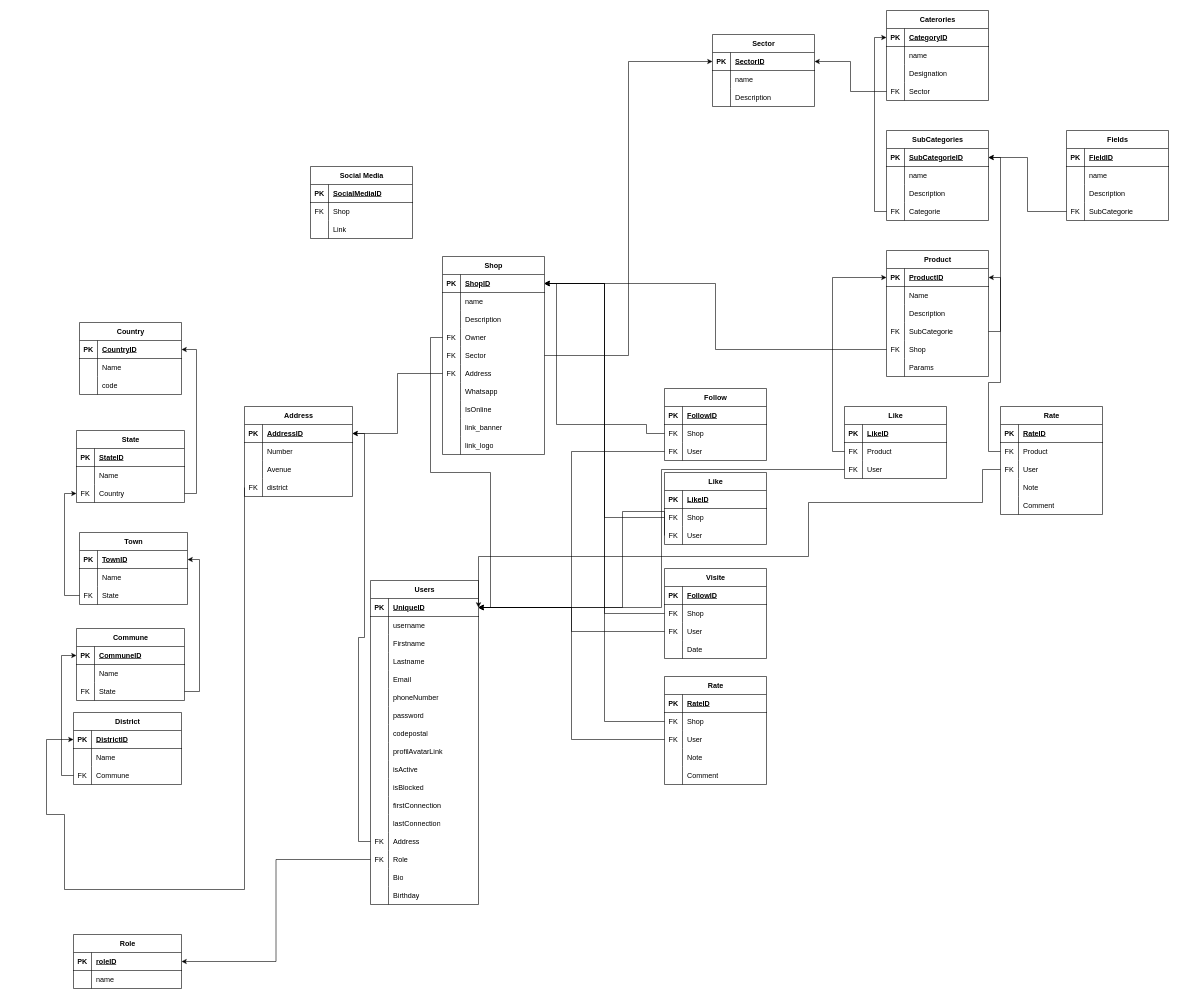
Earlier version of the draw.io diagram Tekango.drawio (internalTekango/3.0.tekango.template). Source tidied: cells renumbered, new cells numbered last; positions are measured from the earlier drawing's top-left corner, leaving out a move shared by most shapes. Both pictures are drawn from the tidied source at 60%, with x=0, y=0 at pixel (46, 10).
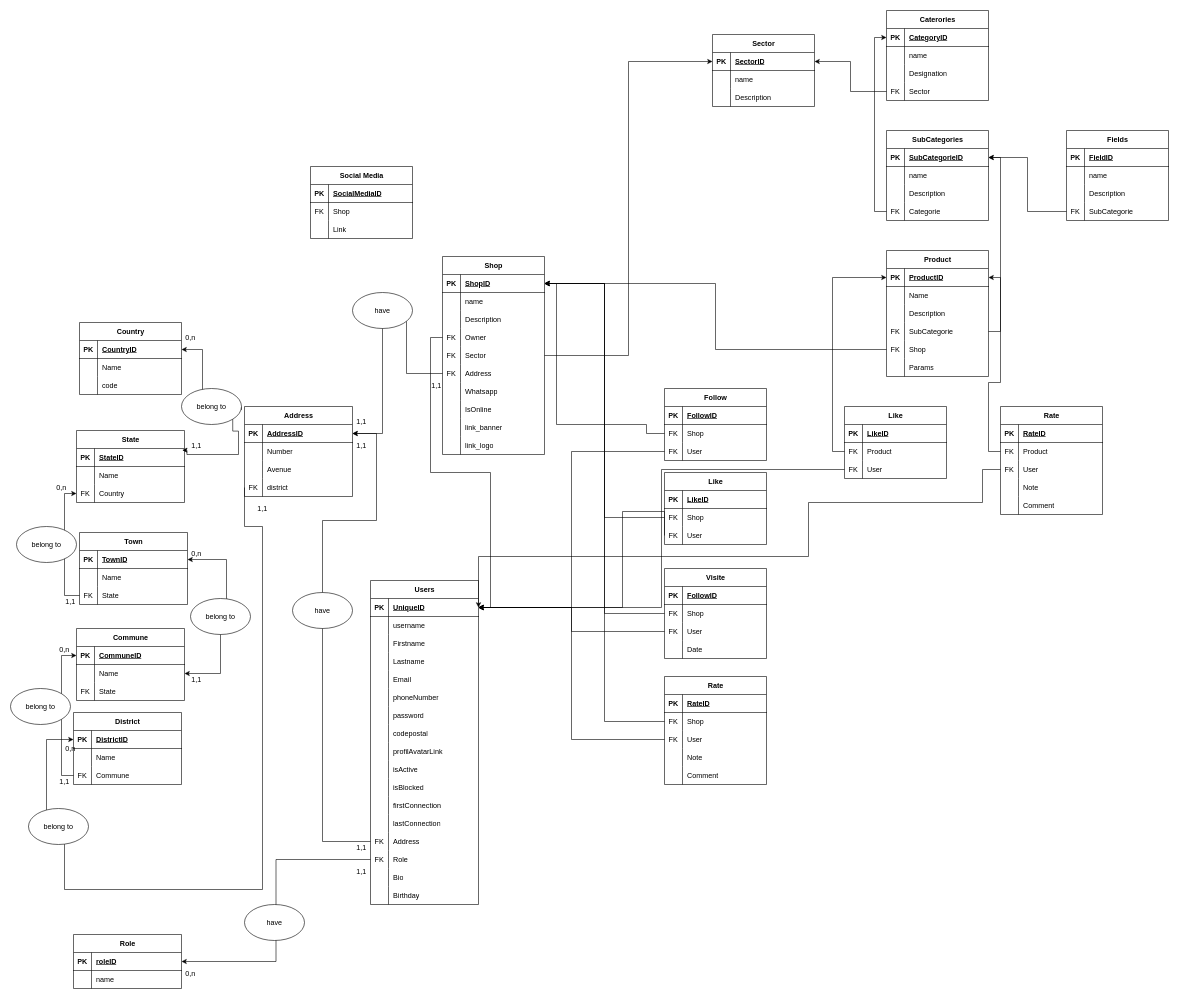
After the change.

Commit message (it also covers changes not shown here):
Mettre à jour Tekango.drawio

The change refers to these unchanged cells:
```xml
<mxCell id="42" style="shape=tableRow;horizontal=0;startSize=0;swimlaneHead=0;swimlaneBody=0;fillColor=none;points=[[0,0.5],[1,0.5]];portConstraint=eastwest;top=0;left=0;right=0;bottom=0;" parent="2" vertex="1">
  <mxGeometry y="420" width="180" height="30" as="geometry" />
</mxCell>
<mxCell id="55" style="shape=tableRow;horizontal=0;startSize=0;swimlaneHead=0;swimlaneBody=0;fillColor=none;points=[[0,0.5],[1,0.5]];portConstraint=eastwest;top=0;left=0;right=0;bottom=1;" parent="54" vertex="1">
  <mxGeometry y="30" width="180" height="30" as="geometry" />
</mxCell>
<mxCell id="65" style="shape=tableRow;horizontal=0;startSize=0;swimlaneHead=0;swimlaneBody=0;fillColor=none;points=[[0,0.5],[1,0.5]];portConstraint=eastwest;top=0;left=0;right=0;bottom=1;" parent="64" vertex="1">
  <mxGeometry y="30" width="180" height="30" as="geometry" />
</mxCell>
<mxCell id="71" style="shape=tableRow;horizontal=0;startSize=0;swimlaneHead=0;swimlaneBody=0;fillColor=none;points=[[0,0.5],[1,0.5]];portConstraint=eastwest;top=0;left=0;right=0;bottom=0;" parent="64" vertex="1">
  <mxGeometry y="90" width="180" height="30" as="geometry" />
</mxCell>
<mxCell id="75" style="shape=tableRow;horizontal=0;startSize=0;swimlaneHead=0;swimlaneBody=0;fillColor=none;points=[[0,0.5],[1,0.5]];portConstraint=eastwest;top=0;left=0;right=0;bottom=1;" parent="74" vertex="1">
  <mxGeometry y="30" width="170" height="30" as="geometry" />
</mxCell>
<mxCell id="90" style="shape=tableRow;horizontal=0;startSize=0;swimlaneHead=0;swimlaneBody=0;fillColor=none;points=[[0,0.5],[1,0.5]];portConstraint=eastwest;top=0;left=0;right=0;bottom=0;" parent="86" vertex="1">
  <mxGeometry y="60" width="180" height="30" as="geometry" />
</mxCell>
<mxCell id="93" style="shape=tableRow;horizontal=0;startSize=0;swimlaneHead=0;swimlaneBody=0;fillColor=none;points=[[0,0.5],[1,0.5]];portConstraint=eastwest;top=0;left=0;right=0;bottom=0;" parent="86" vertex="1">
  <mxGeometry y="90" width="180" height="30" as="geometry" />
</mxCell>
<mxCell id="98" style="shape=tableRow;horizontal=0;startSize=0;swimlaneHead=0;swimlaneBody=0;fillColor=none;points=[[0,0.5],[1,0.5]];portConstraint=eastwest;top=0;left=0;right=0;bottom=1;" parent="97" vertex="1">
  <mxGeometry y="30" width="180" height="30" as="geometry" />
</mxCell>
<mxCell id="107" style="shape=tableRow;horizontal=0;startSize=0;swimlaneHead=0;swimlaneBody=0;fillColor=none;points=[[0,0.5],[1,0.5]];portConstraint=eastwest;top=0;left=0;right=0;bottom=0;" parent="97" vertex="1">
  <mxGeometry y="120" width="180" height="30" as="geometry" />
</mxCell>
<mxCell id="163" style="shape=tableRow;horizontal=0;startSize=0;swimlaneHead=0;swimlaneBody=0;fillColor=none;points=[[0,0.5],[1,0.5]];portConstraint=eastwest;top=0;left=0;right=0;bottom=1;" parent="162" vertex="1">
  <mxGeometry y="30" width="180" height="30" as="geometry" />
</mxCell>
<mxCell id="189" style="shape=tableRow;horizontal=0;startSize=0;swimlaneHead=0;swimlaneBody=0;fillColor=none;points=[[0,0.5],[1,0.5]];portConstraint=eastwest;top=0;left=0;right=0;bottom=0;" parent="173" vertex="1">
  <mxGeometry y="180" width="170" height="30" as="geometry" />
</mxCell>
```

What changed in the source:
```diff
@@
-    <mxCell id="84" style="edgeStyle=orthogonalEdgeStyle;rounded=0;jettySize=auto;html=1;exitX=1;exitY=0.5;exitDx=0;exitDy=0;entryX=1;entryY=0.5;entryDx=0;entryDy=0;" parent="1" edge="1" source="71" target="75">
-      <mxGeometry relative="1" as="geometry" />
+    <mxCell id="84" style="edgeStyle=orthogonalEdgeStyle;rounded=0;jettySize=auto;html=1;exitX=1;exitY=0.5;exitDx=0;exitDy=0;entryX=1;entryY=0.5;entryDx=0;entryDy=0;" parent="1" edge="1" source="335" target="75">
+      <mxGeometry relative="1" as="geometry">
+        <Array as="points">
+          <mxPoint x="260" y="665" />
+          <mxPoint x="260" y="565" />
+        </Array>
+      </mxGeometry>
     </mxCell>
@@
-    <mxCell id="96" style="edgeStyle=orthogonalEdgeStyle;rounded=0;jettySize=auto;html=1;exitX=1;exitY=0.5;exitDx=0;exitDy=0;entryX=1;entryY=0.5;entryDx=0;entryDy=0;" parent="1" edge="1" source="93" target="55">
-      <mxGeometry relative="1" as="geometry" />
+    <mxCell id="96" style="edgeStyle=orthogonalEdgeStyle;rounded=0;jettySize=auto;html=1;exitX=0.61;exitY=0.004;exitDx=0;exitDy=0;entryX=1;entryY=0.5;entryDx=0;entryDy=0;exitPerimeter=0;" parent="1" edge="1" source="342" target="55">
+      <mxGeometry relative="1" as="geometry">
+        <Array as="points">
+          <mxPoint x="301" y="1010" />
+          <mxPoint x="300" y="915" />
+        </Array>
+      </mxGeometry>
     </mxCell>
@@
     <mxCell id="118" style="edgeStyle=orthogonalEdgeStyle;rounded=0;jettySize=auto;html=1;exitX=0;exitY=0.5;exitDx=0;exitDy=0;entryX=1;entryY=0.5;entryDx=0;entryDy=0;" parent="1" edge="1" source="42" target="98">
-      <mxGeometry relative="1" as="geometry" />
+      <mxGeometry relative="1" as="geometry">
+        <Array as="points">
+          <mxPoint x="460" y="1385" />
+          <mxPoint x="460" y="850" />
+          <mxPoint x="550" y="850" />
+          <mxPoint x="550" y="705" />
+        </Array>
+      </mxGeometry>
     </mxCell>
@@
-    <mxCell id="172" style="edgeStyle=orthogonalEdgeStyle;rounded=0;jettySize=auto;html=1;exitX=0;exitY=0.5;exitDx=0;exitDy=0;entryX=0;entryY=0.5;entryDx=0;entryDy=0;" parent="1" edge="1" source="107" target="163">
+    <mxCell id="172" style="edgeStyle=orthogonalEdgeStyle;rounded=0;jettySize=auto;html=1;exitX=0;exitY=0.5;exitDx=0;exitDy=0;entryX=0;entryY=0.5;entryDx=0;entryDy=0;" parent="1" edge="1" source="350" target="163">
       <mxGeometry relative="1" as="geometry">
         <Array as="points">
-          <mxPoint x="30" y="1465" />
-          <mxPoint x="30" y="1340" />
-          <mxPoint y="1340" />
           <mxPoint y="1215" />
         </Array>
       </mxGeometry>
     </mxCell>
@@
     <mxCell id="206" style="edgeStyle=orthogonalEdgeStyle;rounded=0;jettySize=auto;html=1;exitX=0;exitY=0.5;exitDx=0;exitDy=0;" parent="1" edge="1" source="189" target="98">
-      <mxGeometry relative="1" as="geometry" />
+      <mxGeometry relative="1" as="geometry">
+        <Array as="points">
+          <mxPoint x="600" y="605" />
+          <mxPoint x="600" y="510" />
+          <mxPoint x="560" y="510" />
+          <mxPoint x="560" y="705" />
+        </Array>
+      </mxGeometry>
     </mxCell>
@@
+    <mxCell id="335" value="belong to" style="ellipse;whiteSpace=wrap;html=1;" parent="1" vertex="1">
+      <mxGeometry x="225" y="630" width="100" height="60" as="geometry" />
+    </mxCell>
+    <mxCell id="336" value="0,n" style="text;html=1;strokeColor=none;fillColor=none;align=center;verticalAlign=middle;whiteSpace=wrap;rounded=0;" parent="1" vertex="1">
+      <mxGeometry x="210" y="530" width="60" height="30" as="geometry" />
+    </mxCell>
+    <mxCell id="337" value="1,1" style="text;html=1;strokeColor=none;fillColor=none;align=center;verticalAlign=middle;whiteSpace=wrap;rounded=0;" parent="1" vertex="1">
+      <mxGeometry x="220" y="710" width="60" height="30" as="geometry" />
+    </mxCell>
+    <mxCell id="338" value="belong to" style="ellipse;whiteSpace=wrap;html=1;" parent="1" vertex="1">
+      <mxGeometry x="-50" y="860" width="100" height="60" as="geometry" />
+    </mxCell>
+    <mxCell id="339" style="edgeStyle=orthogonalEdgeStyle;rounded=0;jettySize=auto;html=1;exitX=1;exitY=1;exitDx=0;exitDy=0;entryX=0.979;entryY=0.092;entryDx=0;entryDy=0;entryPerimeter=0;" parent="1" edge="1" source="335" target="65">
+      <mxGeometry relative="1" as="geometry">
+        <Array as="points">
+          <mxPoint x="320" y="701" />
+          <mxPoint x="320" y="740" />
+          <mxPoint x="234" y="740" />
+          <mxPoint x="234" y="733" />
+        </Array>
+      </mxGeometry>
+    </mxCell>
+    <mxCell id="340" value="0,n" style="text;html=1;strokeColor=none;fillColor=none;align=center;verticalAlign=middle;whiteSpace=wrap;rounded=0;" parent="1" vertex="1">
+      <mxGeometry x="-5" y="780" width="60" height="30" as="geometry" />
+    </mxCell>
+    <mxCell id="341" value="1,1" style="text;html=1;strokeColor=none;fillColor=none;align=center;verticalAlign=middle;whiteSpace=wrap;rounded=0;" parent="1" vertex="1">
+      <mxGeometry x="10" y="970" width="60" height="30" as="geometry" />
+    </mxCell>
+    <mxCell id="342" value="belong to" style="ellipse;whiteSpace=wrap;html=1;" parent="1" vertex="1">
+      <mxGeometry x="240" y="980" width="100" height="60" as="geometry" />
+    </mxCell>
+    <mxCell id="343" style="edgeStyle=orthogonalEdgeStyle;rounded=0;jettySize=auto;html=1;entryX=1;entryY=0.5;entryDx=0;entryDy=0;exitX=0.5;exitY=1;exitDx=0;exitDy=0;" parent="1" edge="1" source="342" target="90">
+      <mxGeometry relative="1" as="geometry" />
+    </mxCell>
+    <mxCell id="344" value="0,n" style="text;html=1;strokeColor=none;fillColor=none;align=center;verticalAlign=middle;whiteSpace=wrap;rounded=0;" parent="1" vertex="1">
+      <mxGeometry x="220" y="890" width="60" height="30" as="geometry" />
+    </mxCell>
+    <mxCell id="345" value="1,1" style="text;html=1;strokeColor=none;fillColor=none;align=center;verticalAlign=middle;whiteSpace=wrap;rounded=0;" parent="1" vertex="1">
+      <mxGeometry x="220" y="1100" width="60" height="30" as="geometry" />
+    </mxCell>
+    <mxCell id="346" value="belong to" style="ellipse;whiteSpace=wrap;html=1;" parent="1" vertex="1">
+      <mxGeometry x="-60" y="1130" width="100" height="60" as="geometry" />
+    </mxCell>
+    <mxCell id="347" value="0,n" style="text;html=1;strokeColor=none;fillColor=none;align=center;verticalAlign=middle;whiteSpace=wrap;rounded=0;" parent="1" vertex="1">
+      <mxGeometry y="1050" width="60" height="30" as="geometry" />
+    </mxCell>
+    <mxCell id="348" value="1,1" style="text;html=1;strokeColor=none;fillColor=none;align=center;verticalAlign=middle;whiteSpace=wrap;rounded=0;" parent="1" vertex="1">
+      <mxGeometry y="1270" width="60" height="30" as="geometry" />
+    </mxCell>
+    <mxCell id="349" style="edgeStyle=orthogonalEdgeStyle;rounded=0;jettySize=auto;html=1;exitX=0;exitY=0.5;exitDx=0;exitDy=0;entryX=0;entryY=0.5;entryDx=0;entryDy=0;" parent="1" edge="1" source="107" target="350">
+      <mxGeometry relative="1" as="geometry">
+        <Array as="points">
+          <mxPoint x="330" y="860" />
+          <mxPoint x="360" y="860" />
+          <mxPoint x="360" y="1465" />
+          <mxPoint x="30" y="1465" />
+          <mxPoint x="30" y="1340" />
+          <mxPoint y="1340" />
+          <mxPoint y="1360" />
+        </Array>
+      </mxGeometry>
+    </mxCell>
+    <mxCell id="350" value="belong to" style="ellipse;whiteSpace=wrap;html=1;" parent="1" vertex="1">
+      <mxGeometry x="-30" y="1330" width="100" height="60" as="geometry" />
+    </mxCell>
+    <mxCell id="351" value="0,n" style="text;html=1;strokeColor=none;fillColor=none;align=center;verticalAlign=middle;whiteSpace=wrap;rounded=0;" parent="1" vertex="1">
+      <mxGeometry x="10" y="1215" width="60" height="30" as="geometry" />
+    </mxCell>
+    <mxCell id="352" value="1,1" style="text;html=1;strokeColor=none;fillColor=none;align=center;verticalAlign=middle;whiteSpace=wrap;rounded=0;" parent="1" vertex="1">
+      <mxGeometry x="330" y="815" width="60" height="30" as="geometry" />
+    </mxCell>
+    <mxCell id="353" value="1,1" style="text;html=1;strokeColor=none;fillColor=none;align=center;verticalAlign=middle;whiteSpace=wrap;rounded=0;" parent="1" vertex="1">
+      <mxGeometry x="495" y="1380" width="60" height="30" as="geometry" />
+    </mxCell>
+    <mxCell id="354" value="1,1" style="text;html=1;strokeColor=none;fillColor=none;align=center;verticalAlign=middle;whiteSpace=wrap;rounded=0;" parent="1" vertex="1">
+      <mxGeometry x="495" y="710" width="60" height="30" as="geometry" />
+    </mxCell>
+    <mxCell id="355" value="have" style="ellipse;whiteSpace=wrap;html=1;" parent="1" vertex="1">
+      <mxGeometry x="410" y="970" width="100" height="60" as="geometry" />
+    </mxCell>
+    <mxCell id="356" value="1,1" style="text;html=1;strokeColor=none;fillColor=none;align=center;verticalAlign=middle;whiteSpace=wrap;rounded=0;" parent="1" vertex="1">
+      <mxGeometry x="495" y="1420" width="60" height="30" as="geometry" />
+    </mxCell>
+    <mxCell id="357" value="have" style="ellipse;whiteSpace=wrap;html=1;" parent="1" vertex="1">
+      <mxGeometry x="330" y="1490" width="100" height="60" as="geometry" />
+    </mxCell>
+    <mxCell id="358" value="0,n" style="text;html=1;strokeColor=none;fillColor=none;align=center;verticalAlign=middle;whiteSpace=wrap;rounded=0;" parent="1" vertex="1">
+      <mxGeometry x="210" y="1590" width="60" height="30" as="geometry" />
+    </mxCell>
+    <mxCell id="359" value="1,1" style="text;html=1;strokeColor=none;fillColor=none;align=center;verticalAlign=middle;whiteSpace=wrap;rounded=0;" parent="1" vertex="1">
+      <mxGeometry x="495" y="670" width="60" height="30" as="geometry" />
+    </mxCell>
+    <mxCell id="360" value="1,1" style="text;html=1;strokeColor=none;fillColor=none;align=center;verticalAlign=middle;whiteSpace=wrap;rounded=0;" parent="1" vertex="1">
+      <mxGeometry x="620" y="610" width="60" height="30" as="geometry" />
+    </mxCell>
+    <mxCell id="361" value="have" style="ellipse;whiteSpace=wrap;html=1;" parent="1" vertex="1">
+      <mxGeometry x="510" y="470" width="100" height="60" as="geometry" />
+    </mxCell>
```
